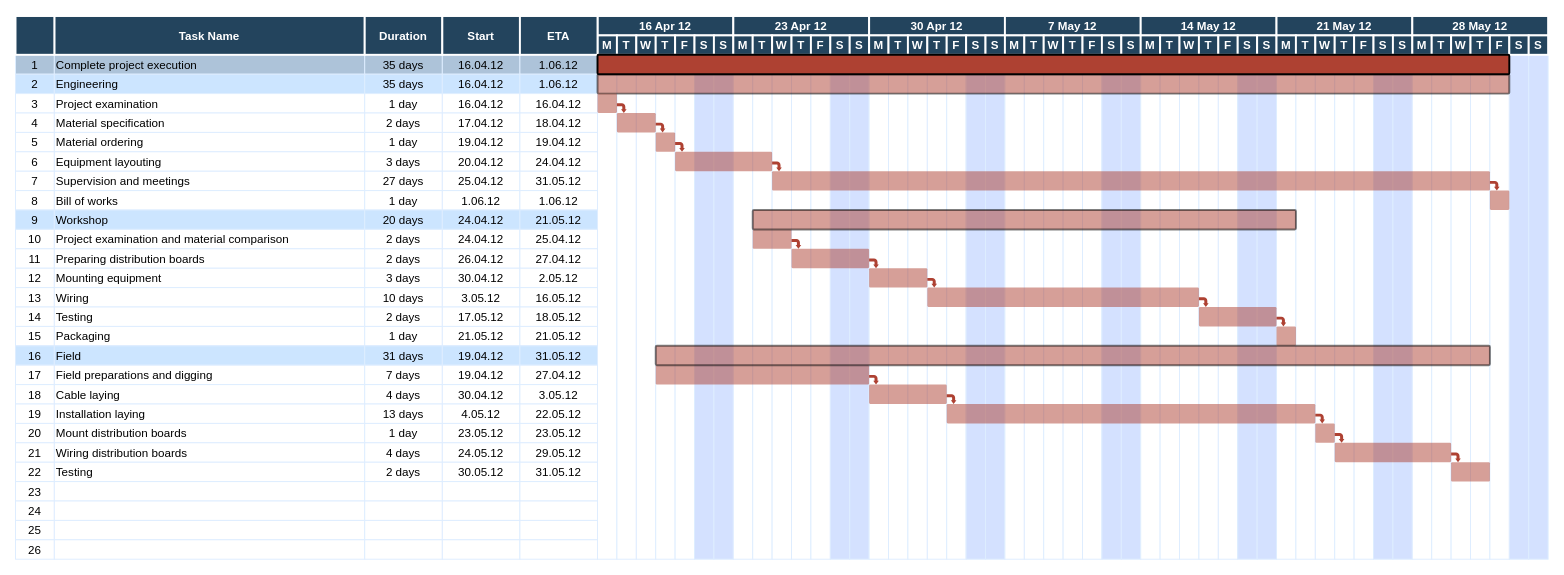
Before: Gantt Chart.drawio in rusithliyanage/group-project-01, a draw.io diagram. Source tidied: cells renumbered, new cells numbered last; positions are measured from the earlier drawing's top-left corner, leaving out a move shared by most shapes. Both pictures are drawn from the tidied source at 97%, with x=0, y=0 at pixel (15, 16).
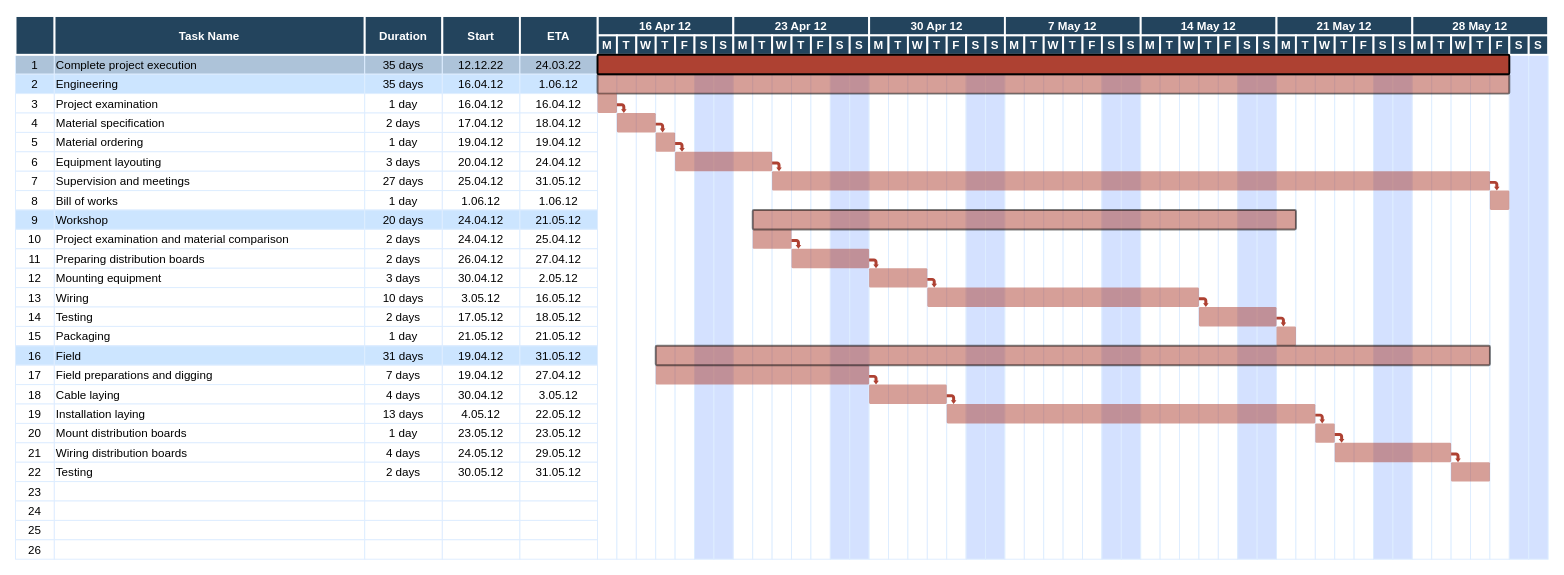
Above is the later version.

Change to the diagram source:
```diff
@@
-    <mxCell id="5" value="16.04.12" style="strokeColor=#DEEDFF;fillColor=#ADC3D9;" parent="1" vertex="1">
+    <mxCell id="5" value="12.12.22" style="strokeColor=#DEEDFF;fillColor=#ADC3D9;" parent="1" vertex="1">
       <mxGeometry x="440.5" y="40" width="80" height="20" as="geometry" />
     </mxCell>
-    <mxCell id="6" value="1.06.12" style="strokeColor=#DEEDFF;fillColor=#ADC3D9;" parent="1" vertex="1">
+    <mxCell id="6" value="24.03.22" style="strokeColor=#DEEDFF;fillColor=#ADC3D9;" parent="1" vertex="1">
       <mxGeometry x="520.5" y="40" width="80" height="20" as="geometry" />
     </mxCell>
```
